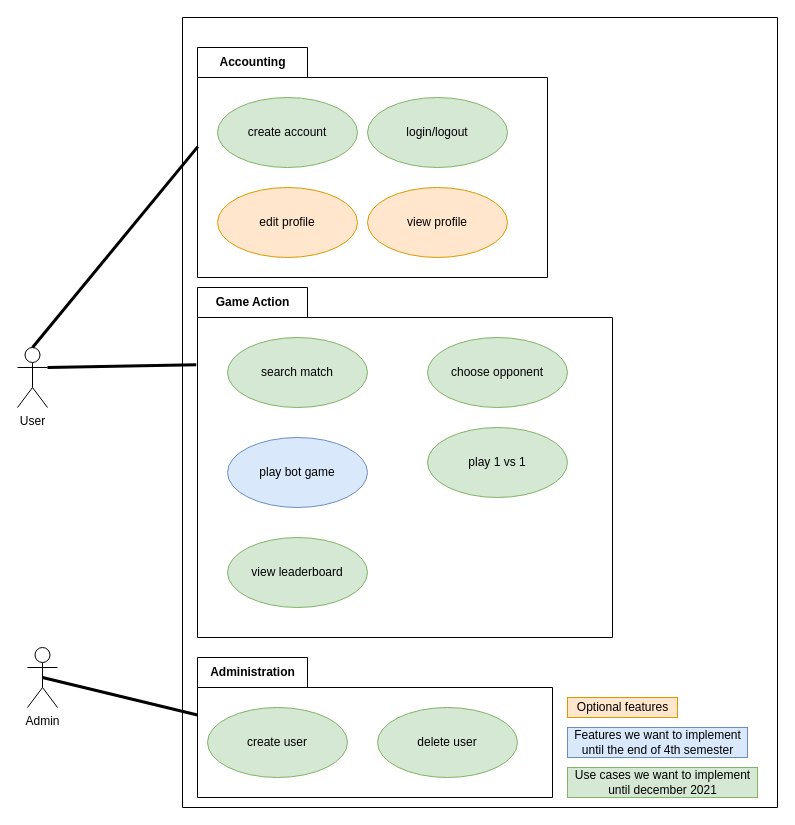
Earlier version of the draw.io diagram docs/diagrams/Untitled Diagram.drawio (13TRIS/13TRIS). Source tidied: cells renumbered, new cells numbered last; positions are measured from the earlier drawing's top-left corner, leaving out a move shared by most shapes. Both pictures are drawn from the tidied source at 100%, with x=0, y=0 at pixel (17, 17).
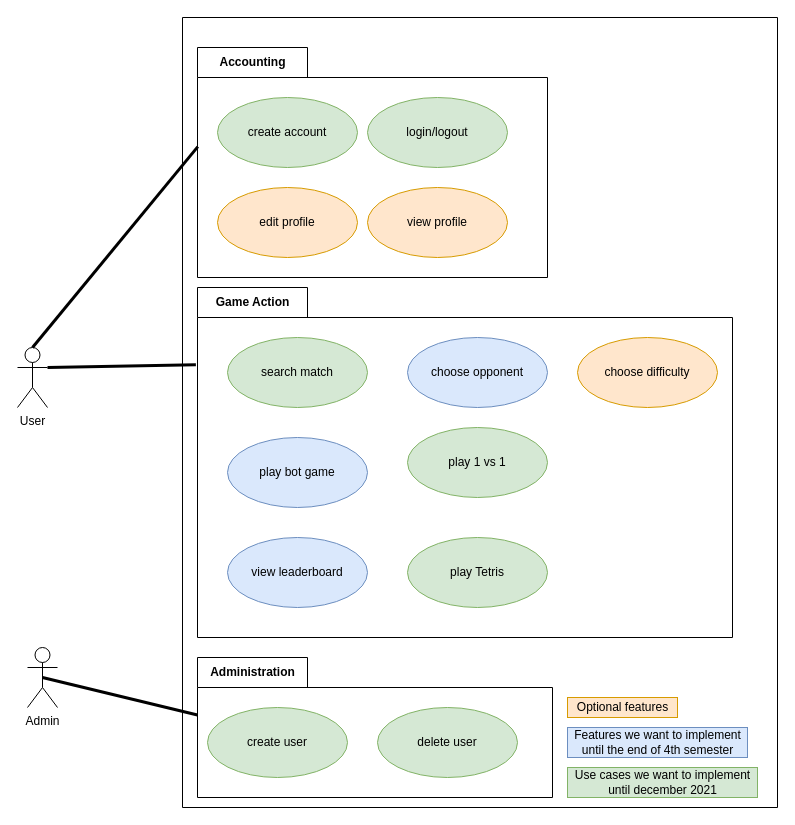
The same diagram, later.

Unchanged cells that the change refers to:
```xml
<mxCell id="2" style="swimlane;startSize=0;" parent="1" vertex="1">
  <mxGeometry x="165" width="595" height="790" as="geometry" />
</mxCell>
```

Diff of the diagram source:
```diff
@@
     <mxCell id="11" value="Game Action" style="shape=folder;fontStyle=1;tabWidth=110;tabHeight=30;tabPosition=left;html=1;boundedLbl=1;labelInHeader=1;" parent="2" vertex="1">
-      <mxGeometry x="15" y="270" width="415" height="350" as="geometry" />
+      <mxGeometry x="15" y="270" width="535" height="350" as="geometry" />
     </mxCell>
@@
-    <mxCell id="13" value="choose opponent" style="ellipse;whiteSpace=wrap;html=1;fillColor=#d5e8d4;strokeColor=#82b366;" parent="11" vertex="1">
-      <mxGeometry x="230" y="50" width="140" height="70" as="geometry" />
+    <mxCell id="13" value="choose opponent" style="ellipse;whiteSpace=wrap;html=1;fillColor=#dae8fc;strokeColor=#6c8ebf;" parent="11" vertex="1">
+      <mxGeometry x="210" y="50" width="140" height="70" as="geometry" />
     </mxCell>
@@
     <mxCell id="15" value="play 1 vs 1" style="ellipse;whiteSpace=wrap;html=1;fillColor=#d5e8d4;strokeColor=#82b366;" parent="11" vertex="1">
-      <mxGeometry x="230" y="140" width="140" height="70" as="geometry" />
+      <mxGeometry x="210" y="140" width="140" height="70" as="geometry" />
     </mxCell>
-    <mxCell id="16" value="view leaderboard" style="ellipse;whiteSpace=wrap;html=1;fillColor=#d5e8d4;strokeColor=#82b366;" parent="11" vertex="1">
+    <mxCell id="16" value="view leaderboard" style="ellipse;whiteSpace=wrap;html=1;fillColor=#dae8fc;strokeColor=#6c8ebf;" parent="11" vertex="1">
       <mxGeometry x="30" y="250" width="140" height="70" as="geometry" />
     </mxCell>
+    <mxCell id="25" value="play Tetris" style="ellipse;whiteSpace=wrap;html=1;fillColor=#d5e8d4;strokeColor=#82b366;" parent="11" vertex="1">
+      <mxGeometry x="210" y="250" width="140" height="70" as="geometry" />
+    </mxCell>
+    <mxCell id="26" value="choose difficulty" style="ellipse;whiteSpace=wrap;html=1;fillColor=#ffe6cc;strokeColor=#d79b00;" parent="11" vertex="1">
+      <mxGeometry x="380" y="50" width="140" height="70" as="geometry" />
+    </mxCell>
```
